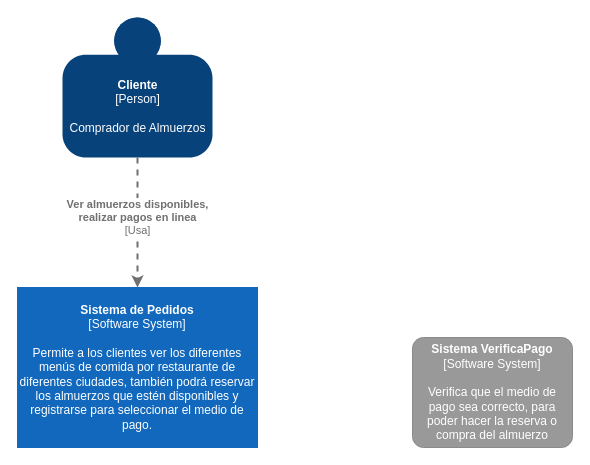
This is Modelo c4/Modelo_c4_almuerzos_online.drawio from kevindm9/LabSoftware2, a draw.io file, before an edit. Source tidied: cells renumbered, new cells numbered last; positions are measured from the earlier drawing's top-left corner, leaving out a move shared by most shapes. Both pictures are drawn from the tidied source at 100%, with x=0, y=0 at pixel (17, 17).
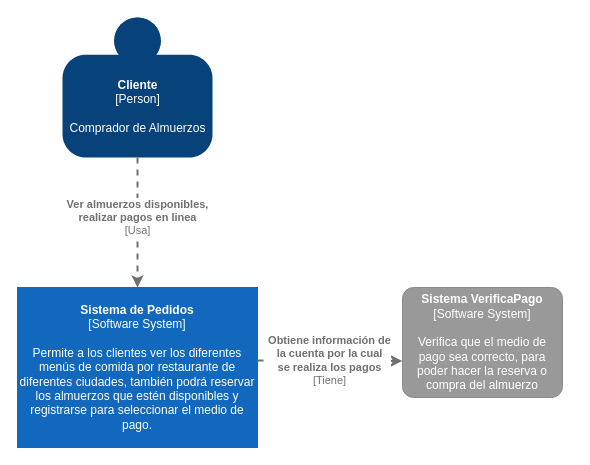
After the change.

The edit, as a diff of the source:
```diff
@@
 <mxGraphModel>
   <root>
     <mxCell id="0" />
     <mxCell id="1" parent="0" />
     <object id="2" label="&lt;b&gt;%c4Name%&lt;/b&gt;&lt;div&gt;[%c4Type%]&lt;/div&gt;&lt;br&gt;&lt;div&gt;%c4Description%&lt;/div&gt;" c4Description="Comprador de Almuerzos" c4Name="Cliente" c4Type="Person" placeholders="1">
       <mxCell style="html=1;dashed=0;whitespace=wrap;fillColor=#08427b;strokeColor=none;fontColor=#ffffff;shape=mxgraph.c4.person;align=center;points=[[0.5,0,0],[1,0.5,0],[1,0.75,0],[0.75,1,0],[0.5,1,0],[0.25,1,0],[0,0.75,0],[0,0.5,0]];metaData={&quot;c4Type&quot;:{&quot;editable&quot;:false}};" parent="1" vertex="1">
         <mxGeometry x="45" width="150" height="140" as="geometry" />
       </mxCell>
     </object>
     <object id="3" label="&lt;b&gt;%c4Name%&lt;/b&gt;&lt;div&gt;[%c4Type%]&lt;/div&gt;&lt;br&gt;&lt;div&gt;%c4Description%&lt;/div&gt;" c4Description="Permite a los clientes ver los diferentes menús de comida por restaurante de diferentes ciudades, también podrá reservar los almuerzos que estén disponibles y registrarse para seleccionar el medio de pago." c4Name="Sistema de Pedidos" c4Type="Software System" placeholders="1">
       <mxCell style="rounded=1;whiteSpace=wrap;html=1;labelBackgroundColor=none;fillColor=#1168BD;fontColor=#ffffff;align=center;arcSize=0;strokeColor=#1168BD;metaData={&quot;c4Type&quot;:{&quot;editable&quot;:false}};points=[[0.25,0,0],[0.5,0,0],[0.75,0,0],[1,0.25,0],[1,0.5,0],[1,0.75,0],[0.75,1,0],[0.5,1,0],[0.25,1,0],[0,0.75,0],[0,0.5,0],[0,0.25,0]];" parent="1" vertex="1">
         <mxGeometry y="270" width="240" height="160" as="geometry" />
       </mxCell>
     </object>
     <object id="4" label="&lt;div style=&quot;text-align: left&quot;&gt;&lt;div style=&quot;text-align: center&quot;&gt;&lt;b&gt;%c4Description%&lt;/b&gt;&lt;/div&gt;&lt;div style=&quot;text-align: center&quot;&gt;[%c4Technology%]&lt;/div&gt;&lt;/div&gt;" c4Description="Ver almuerzos disponibles, &#10;realizar pagos en linea" c4Technology="Usa" placeholders="1">
       <mxCell style="edgeStyle=none;rounded=0;html=1;jettySize=auto;strokeColor=#707070;strokeWidth=2;fontColor=#707070;jumpStyle=none;dashed=1;metaData={&quot;c4Type&quot;:{&quot;editable&quot;:false}};" parent="1" edge="1" source="2" target="3">
         <mxGeometry x="-0.08" relative="1" as="geometry" />
       </mxCell>
     </object>
     <object id="5" label="&lt;b&gt;%c4Name%&lt;/b&gt;&lt;div&gt;[%c4Type%]&lt;/div&gt;&lt;br&gt;&lt;div&gt;%c4Description%&lt;/div&gt;" c4Description="Verifica que el medio de pago sea correcto, para poder hacer la reserva o compra del almuerzo" c4Name="Sistema VerificaPago" c4Type="Software System" placeholders="1">
       <mxCell style="rounded=1;whiteSpace=wrap;html=1;labelBackgroundColor=none;fillColor=#999999;fontColor=#ffffff;align=center;arcSize=10;strokeColor=#8A8A8A;metaData={&quot;c4Type&quot;:{&quot;editable&quot;:false}};points=[[0.25,0,0],[0.5,0,0],[0.75,0,0],[1,0.25,0],[1,0.5,0],[1,0.75,0],[0.75,1,0],[0.5,1,0],[0.25,1,0],[0,0.75,0],[0,0.5,0],[0,0.25,0]];" parent="1" vertex="1">
-        <mxGeometry x="395" y="320" width="160" height="110" as="geometry" />
+        <mxGeometry x="385" y="270" width="160" height="110" as="geometry" />
       </mxCell>
     </object>
+    <object id="6" label="&lt;div style=&quot;text-align: left&quot;&gt;&lt;div style=&quot;text-align: center&quot;&gt;&lt;b&gt;%c4Description%&lt;/b&gt;&lt;/div&gt;&lt;div style=&quot;text-align: center&quot;&gt;[%c4Technology%]&lt;/div&gt;&lt;/div&gt;" c4Description="Obtiene información de &#10;la cuenta por la cual &#10;se realiza los pagos" c4Technology="Tiene" placeholders="1">
+      <mxCell style="edgeStyle=none;rounded=0;html=1;entryX=-0.001;entryY=0.668;jettySize=auto;strokeColor=#707070;strokeWidth=2;fontColor=#707070;jumpStyle=none;dashed=1;metaData={&quot;c4Type&quot;:{&quot;editable&quot;:false}};entryDx=0;entryDy=0;entryPerimeter=0;" parent="1" edge="1" target="5">
+        <mxGeometry relative="1" as="geometry">
+          <mxPoint x="240" y="343" as="sourcePoint" />
+        </mxGeometry>
+      </mxCell>
+    </object>
   </root>
 </mxGraphModel>
```
